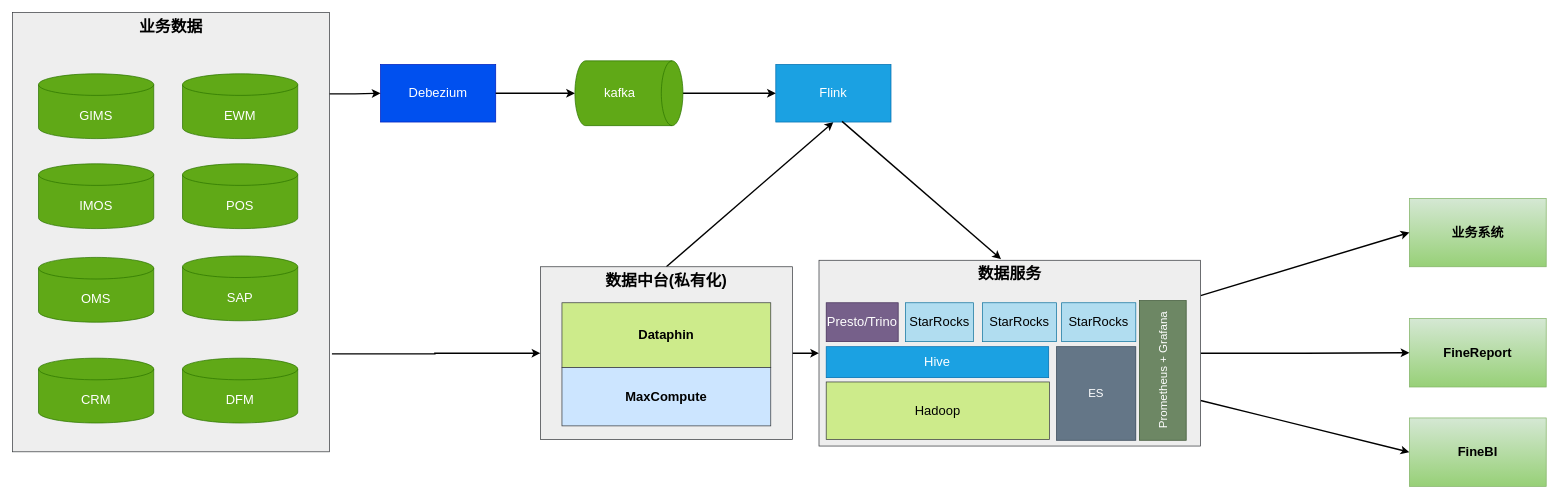
Earlier version of the draw.io diagram page "第 2 页" (2 of 3) of bsd.drawio (starzy1990/diagrams). Source tidied: cells renumbered, new cells numbered last; positions are measured from the earlier drawing's top-left corner, leaving out a move shared by most shapes. Both pictures are drawn from the tidied source at 72%, with x=0, y=0 at pixel (12, 12).
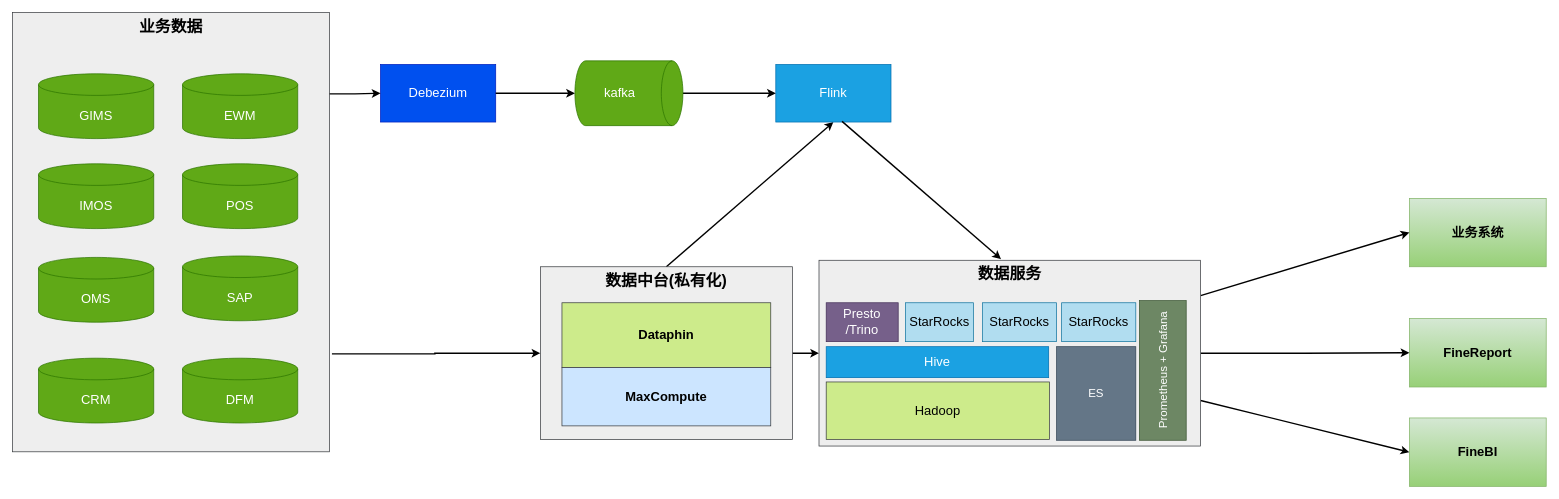
The same diagram, later.

The edit, as a diff of the source:
```diff
@@
-    <mxCell id="38" value="Presto/Trino" style="rounded=0;whiteSpace=wrap;html=1;fillColor=#76608a;strokeColor=#432D57;fontSize=18;fontColor=#ffffff;" parent="1" vertex="1">
+    <mxCell id="38" value="Presto&lt;br&gt;/Trino" style="rounded=0;whiteSpace=wrap;html=1;fillColor=#76608a;strokeColor=#432D57;fontSize=18;fontColor=#ffffff;" parent="1" vertex="1">
       <mxGeometry x="1130" y="403" width="100" height="54" as="geometry" />
     </mxCell>
```
